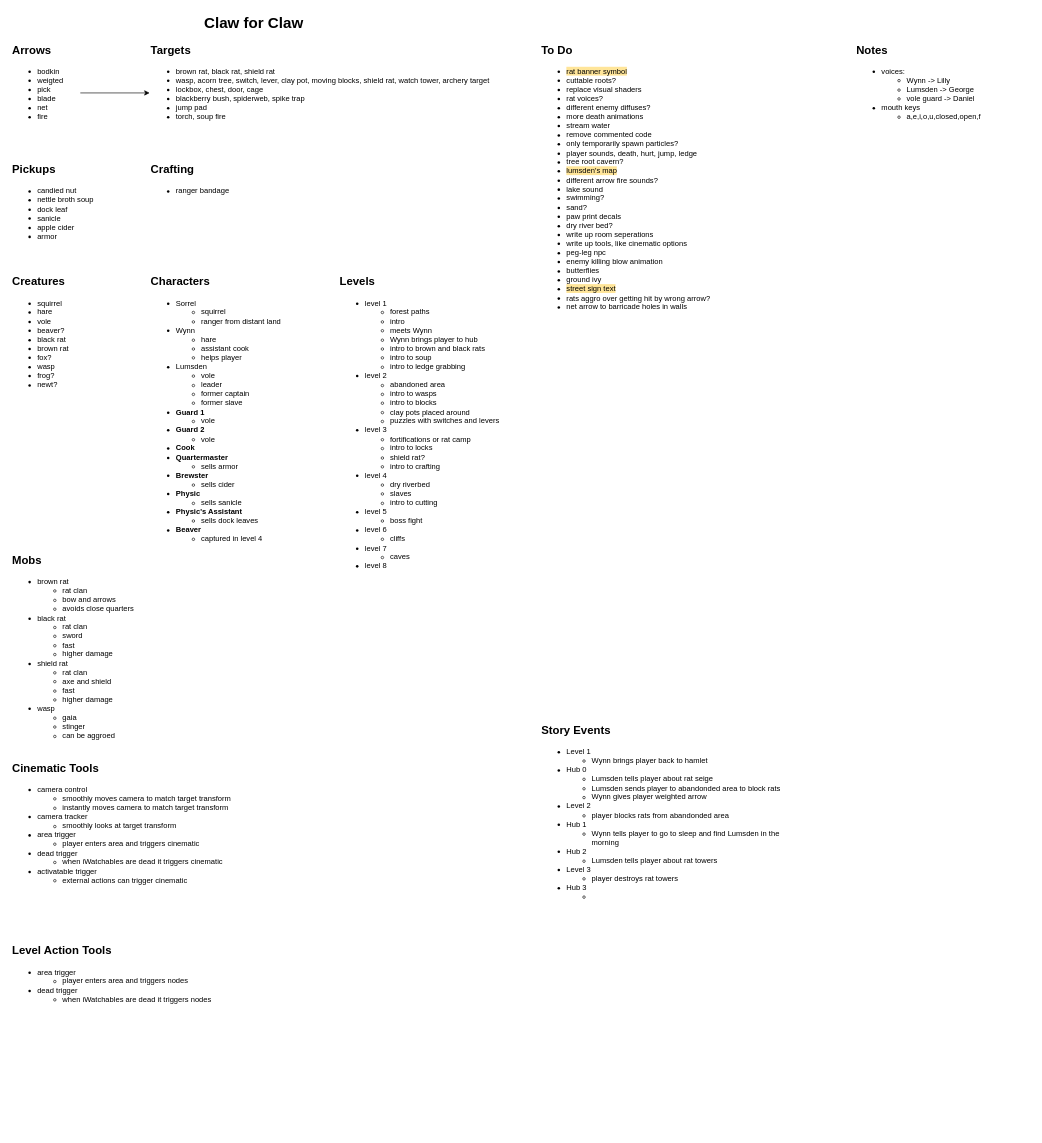
Before: Planning/design-doc.drawio in camerondedore/Godot-Project-3, a draw.io diagram. Source tidied: cells renumbered, new cells numbered last; positions are measured from the earlier drawing's top-left corner, leaving out a move shared by most shapes. Both pictures are drawn from the tidied source at 63%, with x=0, y=0 at pixel (11, 11).
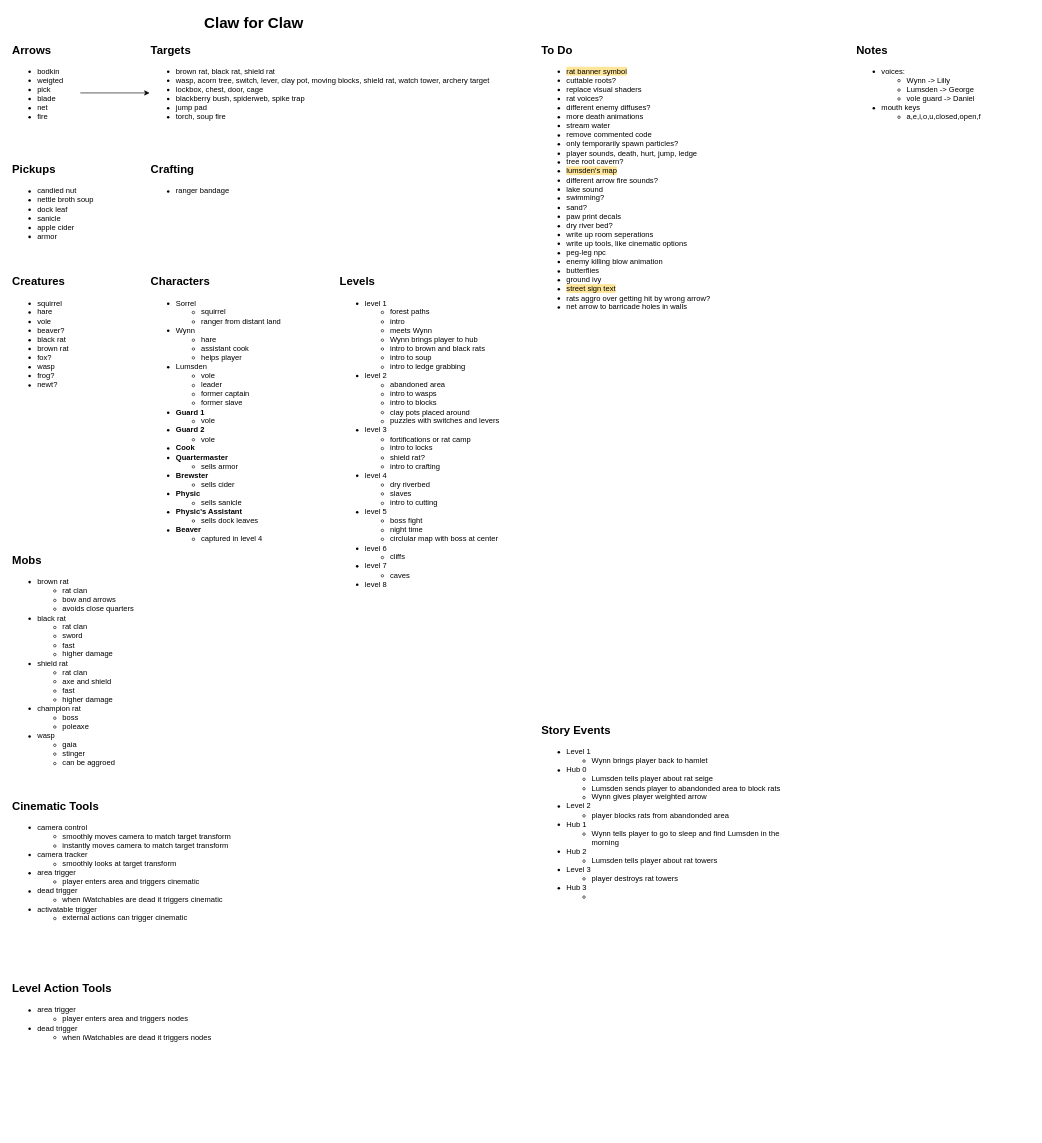
The same page after the edit.

Commit message (it also covers changes not shown here):
working on champion rat

What changed in the source:
```diff
@@
-    <mxCell id="17" value="&lt;ul&gt;&lt;li&gt;level 1&lt;/li&gt;&lt;ul&gt;&lt;li&gt;forest paths&lt;/li&gt;&lt;li&gt;intro&lt;/li&gt;&lt;li&gt;meets Wynn&lt;/li&gt;&lt;li&gt;Wynn brings player to hub&lt;/li&gt;&lt;li&gt;intro to brown and black rats&lt;/li&gt;&lt;li&gt;intro to soup&lt;/li&gt;&lt;li&gt;intro to ledge grabbing&lt;/li&gt;&lt;/ul&gt;&lt;li&gt;level 2&lt;/li&gt;&lt;ul&gt;&lt;li&gt;abandoned area&lt;/li&gt;&lt;li&gt;intro to wasps&lt;/li&gt;&lt;li&gt;intro to blocks&lt;/li&gt;&lt;li&gt;clay pots placed around&lt;/li&gt;&lt;li&gt;puzzles with switches and levers&lt;/li&gt;&lt;/ul&gt;&lt;li&gt;level 3&lt;/li&gt;&lt;ul&gt;&lt;li&gt;fortifications or rat camp&lt;/li&gt;&lt;li&gt;intro to locks&lt;/li&gt;&lt;li&gt;&lt;span style=&quot;background-color: transparent; color: light-dark(rgb(0, 0, 0), rgb(255, 255, 255));&quot;&gt;shield rat?&lt;/span&gt;&lt;br&gt;&lt;/li&gt;&lt;li&gt;&lt;span style=&quot;background-color: transparent; color: light-dark(rgb(0, 0, 0), rgb(255, 255, 255));&quot;&gt;intro to crafting&lt;/span&gt;&lt;/li&gt;&lt;/ul&gt;&lt;li&gt;level 4&lt;/li&gt;&lt;ul&gt;&lt;li&gt;dry riverbed&lt;/li&gt;&lt;li&gt;slaves&lt;/li&gt;&lt;li&gt;intro to cutting&lt;/li&gt;&lt;/ul&gt;&lt;li&gt;level 5&lt;/li&gt;&lt;ul&gt;&lt;li&gt;boss fight&lt;/li&gt;&lt;/ul&gt;&lt;li&gt;level 6&lt;/li&gt;&lt;ul&gt;&lt;li&gt;cliffs&lt;/li&gt;&lt;/ul&gt;&lt;li&gt;level 7&lt;/li&gt;&lt;ul&gt;&lt;li&gt;caves&lt;/li&gt;&lt;/ul&gt;&lt;li&gt;level 8&lt;/li&gt;&lt;/ul&gt;" style="text;html=1;align=left;verticalAlign=top;whiteSpace=wrap;rounded=0;" parent="1" vertex="1">
+    <mxCell id="17" value="&lt;ul&gt;&lt;li&gt;level 1&lt;/li&gt;&lt;ul&gt;&lt;li&gt;forest paths&lt;/li&gt;&lt;li&gt;intro&lt;/li&gt;&lt;li&gt;meets Wynn&lt;/li&gt;&lt;li&gt;Wynn brings player to hub&lt;/li&gt;&lt;li&gt;intro to brown and black rats&lt;/li&gt;&lt;li&gt;intro to soup&lt;/li&gt;&lt;li&gt;intro to ledge grabbing&lt;/li&gt;&lt;/ul&gt;&lt;li&gt;level 2&lt;/li&gt;&lt;ul&gt;&lt;li&gt;abandoned area&lt;/li&gt;&lt;li&gt;intro to wasps&lt;/li&gt;&lt;li&gt;intro to blocks&lt;/li&gt;&lt;li&gt;clay pots placed around&lt;/li&gt;&lt;li&gt;puzzles with switches and levers&lt;/li&gt;&lt;/ul&gt;&lt;li&gt;level 3&lt;/li&gt;&lt;ul&gt;&lt;li&gt;fortifications or rat camp&lt;/li&gt;&lt;li&gt;intro to locks&lt;/li&gt;&lt;li&gt;&lt;span style=&quot;background-color: transparent; color: light-dark(rgb(0, 0, 0), rgb(255, 255, 255));&quot;&gt;shield rat?&lt;/span&gt;&lt;br&gt;&lt;/li&gt;&lt;li&gt;&lt;span style=&quot;background-color: transparent; color: light-dark(rgb(0, 0, 0), rgb(255, 255, 255));&quot;&gt;intro to crafting&lt;/span&gt;&lt;/li&gt;&lt;/ul&gt;&lt;li&gt;level 4&lt;/li&gt;&lt;ul&gt;&lt;li&gt;dry riverbed&lt;/li&gt;&lt;li&gt;slaves&lt;/li&gt;&lt;li&gt;intro to cutting&lt;/li&gt;&lt;/ul&gt;&lt;li&gt;level 5&lt;/li&gt;&lt;ul&gt;&lt;li&gt;boss fight&lt;/li&gt;&lt;li&gt;night time&lt;/li&gt;&lt;li&gt;circlular map with boss at center&lt;/li&gt;&lt;/ul&gt;&lt;li&gt;level 6&lt;/li&gt;&lt;ul&gt;&lt;li&gt;cliffs&lt;/li&gt;&lt;/ul&gt;&lt;li&gt;level 7&lt;/li&gt;&lt;ul&gt;&lt;li&gt;caves&lt;/li&gt;&lt;/ul&gt;&lt;li&gt;level 8&lt;/li&gt;&lt;/ul&gt;" style="text;html=1;align=left;verticalAlign=top;whiteSpace=wrap;rounded=0;" parent="1" vertex="1">
       <mxGeometry x="520" y="438" width="280" height="402" as="geometry" />
     </mxCell>
@@
-    <mxCell id="21" value="&lt;ul&gt;&lt;li&gt;brown rat&lt;/li&gt;&lt;ul&gt;&lt;li&gt;rat clan&lt;/li&gt;&lt;li&gt;bow and arrows&lt;/li&gt;&lt;li&gt;avoids close quarters&lt;/li&gt;&lt;/ul&gt;&lt;li&gt;black rat&lt;/li&gt;&lt;ul&gt;&lt;li&gt;rat clan&lt;/li&gt;&lt;li&gt;sword&lt;/li&gt;&lt;li&gt;fast&lt;/li&gt;&lt;li&gt;higher damage&lt;/li&gt;&lt;/ul&gt;&lt;li&gt;shield rat&lt;/li&gt;&lt;ul&gt;&lt;li&gt;rat clan&lt;/li&gt;&lt;li&gt;axe and shield&lt;/li&gt;&lt;li&gt;fast&lt;/li&gt;&lt;li&gt;higher damage&lt;/li&gt;&lt;/ul&gt;&lt;li&gt;wasp&lt;/li&gt;&lt;ul&gt;&lt;li&gt;gaia&lt;/li&gt;&lt;li&gt;stinger&lt;/li&gt;&lt;li&gt;can be aggroed&lt;/li&gt;&lt;/ul&gt;&lt;/ul&gt;" style="text;html=1;align=left;verticalAlign=top;whiteSpace=wrap;rounded=0;" parent="1" vertex="1">
+    <mxCell id="21" value="&lt;ul&gt;&lt;li&gt;brown rat&lt;/li&gt;&lt;ul&gt;&lt;li&gt;rat clan&lt;/li&gt;&lt;li&gt;bow and arrows&lt;/li&gt;&lt;li&gt;avoids close quarters&lt;/li&gt;&lt;/ul&gt;&lt;li&gt;black rat&lt;/li&gt;&lt;ul&gt;&lt;li&gt;rat clan&lt;/li&gt;&lt;li&gt;sword&lt;/li&gt;&lt;li&gt;fast&lt;/li&gt;&lt;li&gt;higher damage&lt;/li&gt;&lt;/ul&gt;&lt;li&gt;shield rat&lt;/li&gt;&lt;ul&gt;&lt;li&gt;rat clan&lt;/li&gt;&lt;li&gt;axe and shield&lt;/li&gt;&lt;li&gt;fast&lt;/li&gt;&lt;li&gt;higher damage&lt;/li&gt;&lt;/ul&gt;&lt;li&gt;champion rat&lt;/li&gt;&lt;ul&gt;&lt;li&gt;boss&lt;/li&gt;&lt;li&gt;poleaxe&lt;/li&gt;&lt;/ul&gt;&lt;li&gt;wasp&lt;/li&gt;&lt;ul&gt;&lt;li&gt;gaia&lt;/li&gt;&lt;li&gt;stinger&lt;/li&gt;&lt;li&gt;can be aggroed&lt;/li&gt;&lt;/ul&gt;&lt;/ul&gt;" style="text;html=1;align=left;verticalAlign=top;whiteSpace=wrap;rounded=0;" parent="1" vertex="1">
       <mxGeometry y="880" width="240" height="280" as="geometry" />
     </mxCell>
     <mxCell id="22" value="&lt;ul&gt;&lt;li&gt;camera control&lt;/li&gt;&lt;ul&gt;&lt;li&gt;smoothly moves camera to match target transform&lt;/li&gt;&lt;li&gt;instantly moves camera to match target transform&lt;/li&gt;&lt;/ul&gt;&lt;li&gt;&lt;span style=&quot;background-color: transparent; color: light-dark(rgb(0, 0, 0), rgb(255, 255, 255));&quot;&gt;camera tracker&lt;/span&gt;&lt;br&gt;&lt;/li&gt;&lt;ul&gt;&lt;li&gt;smoothly looks at target transform&lt;/li&gt;&lt;/ul&gt;&lt;li&gt;area trigger&lt;/li&gt;&lt;ul&gt;&lt;li&gt;player enters area and triggers cinematic&lt;/li&gt;&lt;/ul&gt;&lt;li&gt;dead trigger&lt;/li&gt;&lt;ul&gt;&lt;li&gt;when iWatchables are dead it triggers cinematic&lt;/li&gt;&lt;/ul&gt;&lt;li&gt;activatable trigger&lt;/li&gt;&lt;ul&gt;&lt;li&gt;external actions can trigger cinematic&lt;/li&gt;&lt;/ul&gt;&lt;/ul&gt;" style="text;html=1;align=left;verticalAlign=top;whiteSpace=wrap;rounded=0;" parent="1" vertex="1">
-      <mxGeometry y="1210" width="370" height="220" as="geometry" />
+      <mxGeometry y="1270" width="370" height="220" as="geometry" />
     </mxCell>
     <mxCell id="23" value="&lt;font style=&quot;font-size: 18px;&quot;&gt;Cinematic Tools&lt;/font&gt;" style="text;strokeColor=none;fillColor=none;html=1;fontSize=24;fontStyle=1;verticalAlign=middle;align=left;" parent="1" vertex="1">
-      <mxGeometry y="1180" width="100" height="40" as="geometry" />
+      <mxGeometry y="1240" width="100" height="40" as="geometry" />
     </mxCell>
@@
     <mxCell id="28" value="&lt;ul&gt;&lt;li&gt;area trigger&lt;/li&gt;&lt;ul&gt;&lt;li&gt;player enters area and triggers nodes&lt;/li&gt;&lt;/ul&gt;&lt;li&gt;dead trigger&lt;/li&gt;&lt;ul&gt;&lt;li&gt;when iWatchables are dead it triggers nodes&lt;/li&gt;&lt;/ul&gt;&lt;/ul&gt;" style="text;html=1;align=left;verticalAlign=top;whiteSpace=wrap;rounded=0;" parent="1" vertex="1">
-      <mxGeometry y="1500" width="370" height="220" as="geometry" />
+      <mxGeometry y="1560" width="370" height="220" as="geometry" />
     </mxCell>
     <mxCell id="29" value="&lt;font style=&quot;font-size: 18px;&quot;&gt;Level Action Tools&lt;/font&gt;" style="text;strokeColor=none;fillColor=none;html=1;fontSize=24;fontStyle=1;verticalAlign=middle;align=left;" parent="1" vertex="1">
-      <mxGeometry y="1470" width="100" height="40" as="geometry" />
+      <mxGeometry y="1530" width="100" height="40" as="geometry" />
     </mxCell>
```
